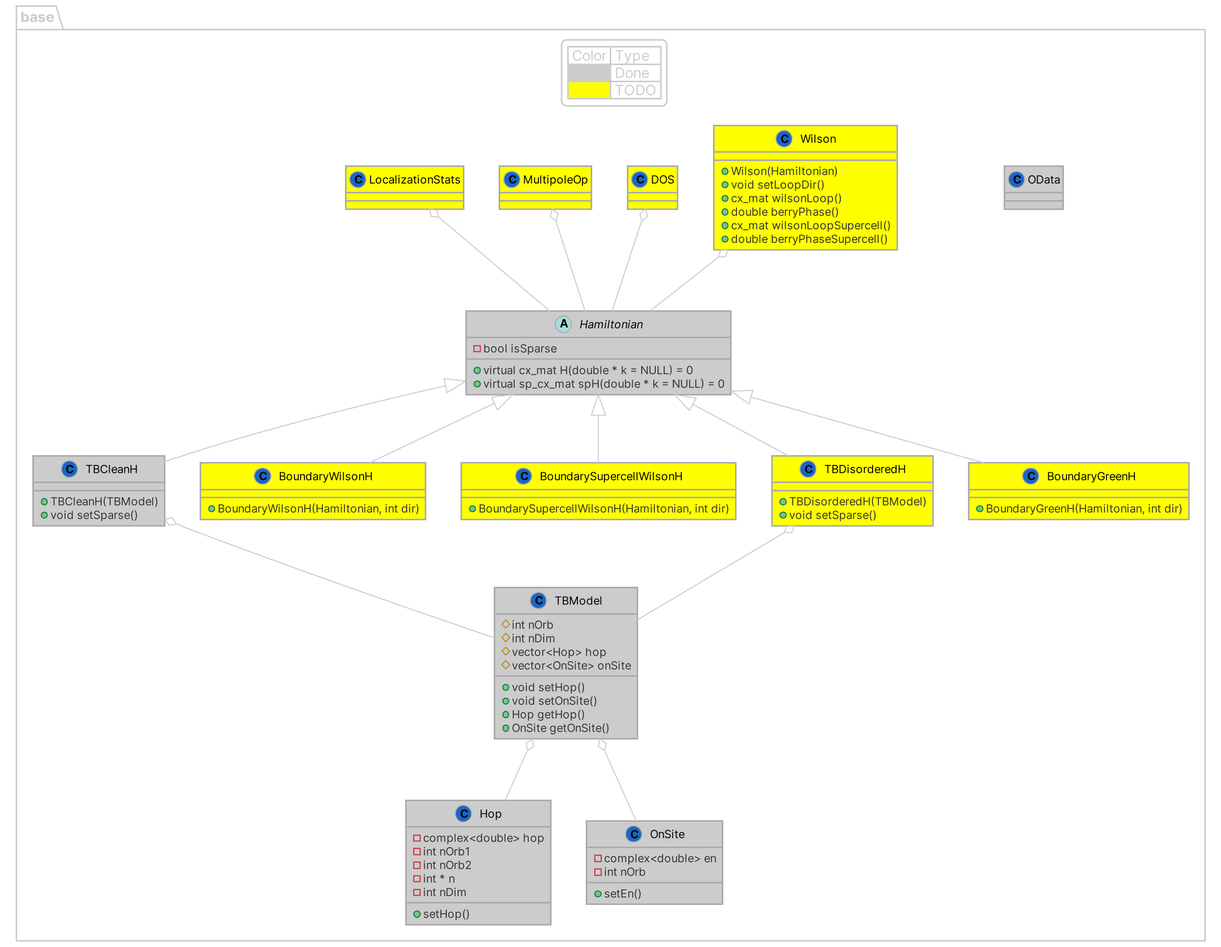
Hugo-loio/TIM keeps this PlantUML diagram as diagram/diagram.png. Above is the earlier version.
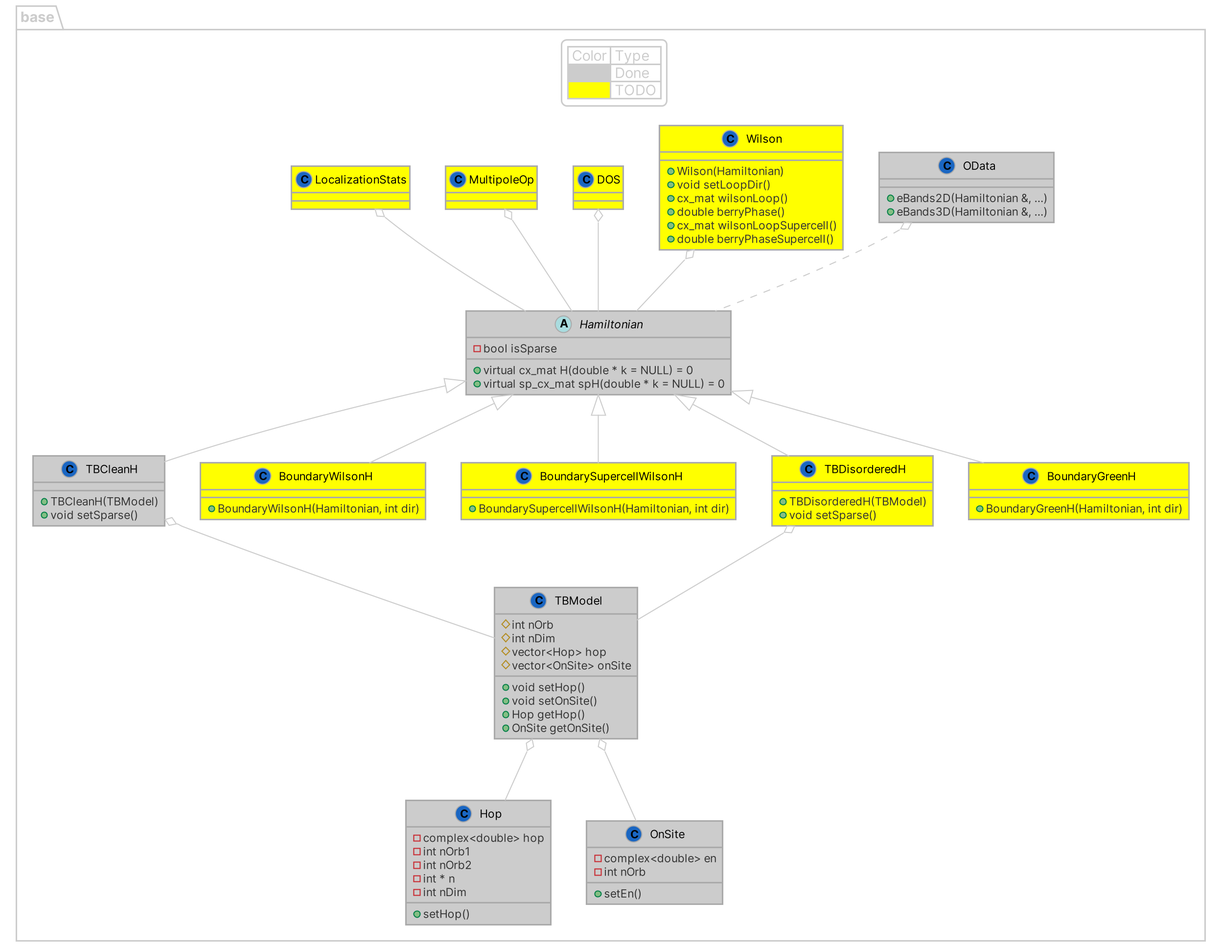
The same diagram one commit later.

What changed in the source:
```diff
@@ -33,6 +33,8 @@
   }
 
   class OData{
+    + eBands2D(Hamiltonian &, ...)
+    + eBands3D(Hamiltonian &, ...)
   }
 
   abstract class Hamiltonian{
@@ -85,6 +87,7 @@
 DOS o-- Hamiltonian
 MultipoleOp o-- Hamiltonian
 LocalizationStats o--Hamiltonian
+OData o..Hamiltonian
 
 Hamiltonian <|-- TBCleanH
 Hamiltonian <|-- TBDisorderedH
```
